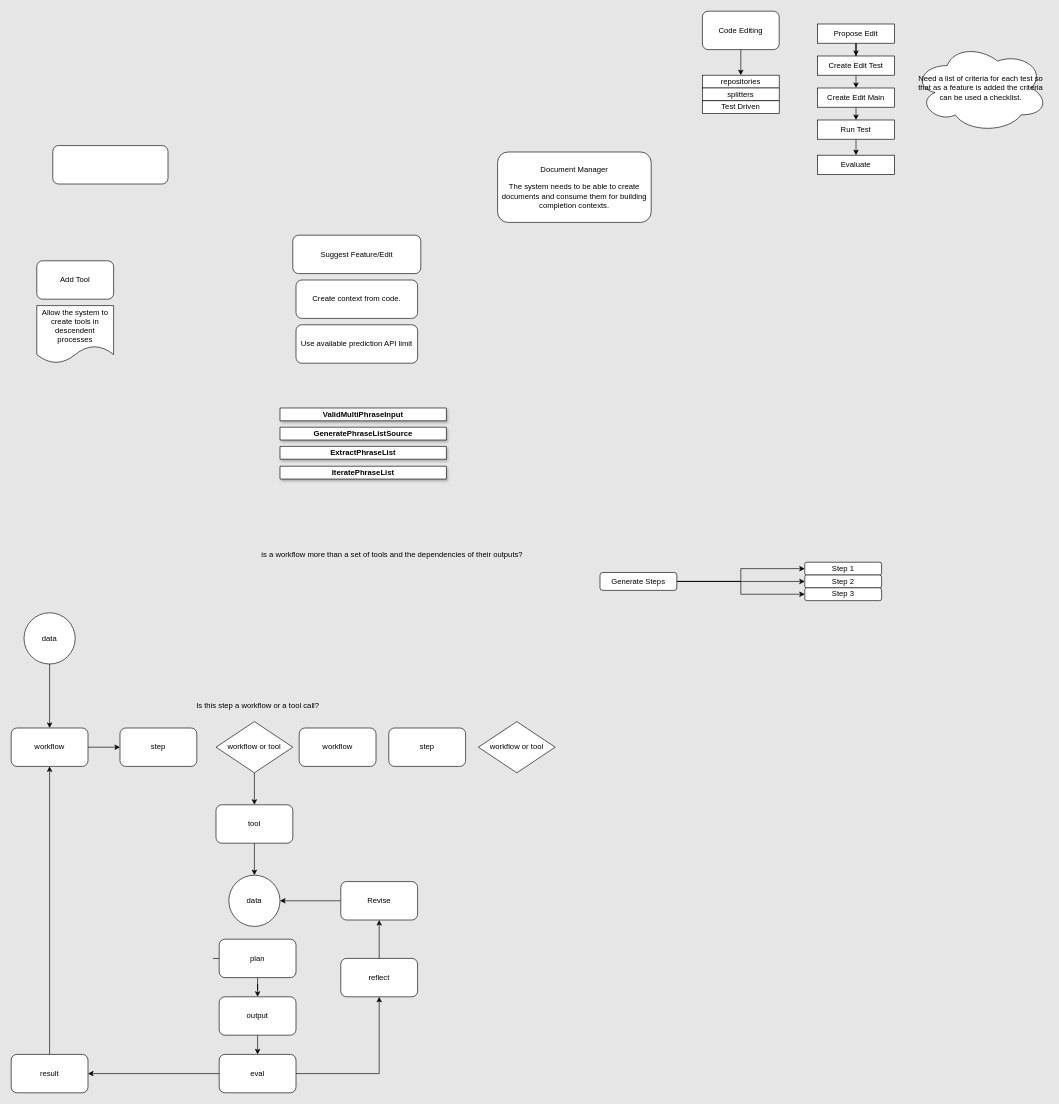
Above: hero.drawio in fuck-fascism/rogue-one (draw.io), before the change. Source tidied: cells renumbered, new cells numbered last; positions are measured from the earlier drawing's top-left corner, leaving out a move shared by most shapes. Both pictures are drawn from the tidied source at 64%, with x=0, y=0 at pixel (11, 11).
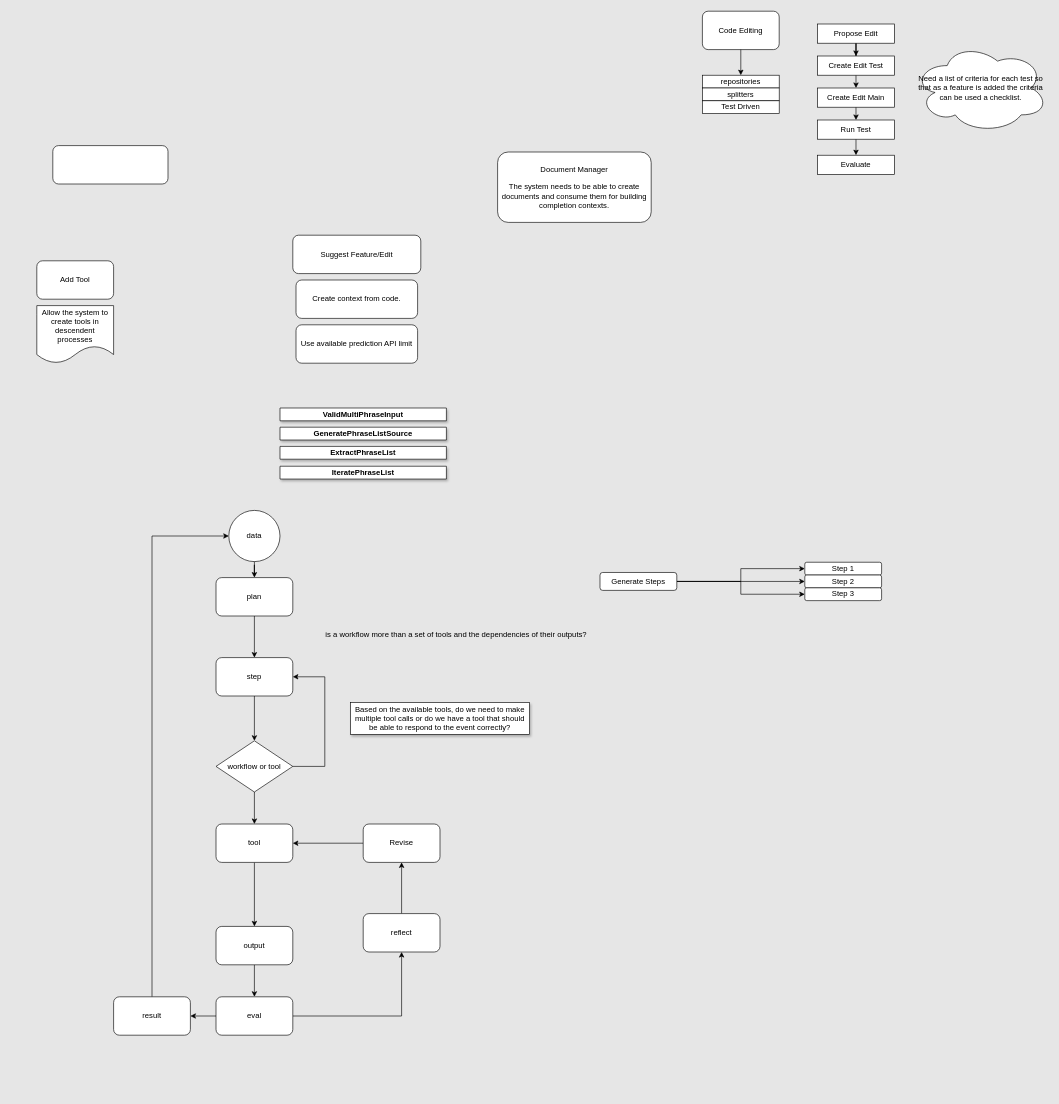
Above is the later version.

Change to the diagram source:
```diff
@@
-    <mxCell id="35" style="edgeStyle=orthogonalEdgeStyle;rounded=0;jettySize=auto;html=1;exitX=0.5;exitY=1;exitDx=0;exitDy=0;" parent="1" edge="1" source="36" target="62">
-      <mxGeometry relative="1" as="geometry" />
-    </mxCell>
     <mxCell id="36" value="data" style="ellipse;whiteSpace=wrap;html=1;" parent="1" vertex="1">
-      <mxGeometry x="20" y="940" width="80" height="80" as="geometry" />
+      <mxGeometry x="340" y="780" width="80" height="80" as="geometry" />
     </mxCell>
-    <mxCell id="37" style="edgeStyle=orthogonalEdgeStyle;rounded=0;jettySize=auto;html=1;exitX=0.5;exitY=1;exitDx=0;exitDy=0;" parent="1" edge="1" source="57" target="39">
-      <mxGeometry relative="1" as="geometry" />
-    </mxCell>
@@
+    <mxCell id="64" style="edgeStyle=orthogonalEdgeStyle;rounded=0;jettySize=auto;html=1;exitX=0.5;exitY=1;exitDx=0;exitDy=0;entryX=0.5;entryY=0;entryDx=0;entryDy=0;" parent="1" edge="1" source="39" target="47">
+      <mxGeometry relative="1" as="geometry" />
+    </mxCell>
     <mxCell id="39" value="tool" style="rounded=1;whiteSpace=wrap;html=1;" parent="1" vertex="1">
-      <mxGeometry x="320" y="1240" width="120" height="60" as="geometry" />
+      <mxGeometry x="320" y="1270" width="120" height="60" as="geometry" />
     </mxCell>
@@
     <mxCell id="43" value="eval" style="rounded=1;whiteSpace=wrap;html=1;" parent="1" vertex="1">
-      <mxGeometry x="325" y="1630" width="120" height="60" as="geometry" />
+      <mxGeometry x="320" y="1540" width="120" height="60" as="geometry" />
     </mxCell>
-    <mxCell id="44" style="edgeStyle=orthogonalEdgeStyle;rounded=0;jettySize=auto;html=1;" parent="1" edge="1" source="45" target="49">
+    <mxCell id="44" style="edgeStyle=orthogonalEdgeStyle;rounded=0;jettySize=auto;html=1;" parent="1" edge="1" source="45" target="39">
       <mxGeometry relative="1" as="geometry" />
     </mxCell>
     <mxCell id="45" value="Revise" style="rounded=1;whiteSpace=wrap;html=1;" parent="1" vertex="1">
-      <mxGeometry x="515" y="1360" width="120" height="60" as="geometry" />
+      <mxGeometry x="550" y="1270" width="120" height="60" as="geometry" />
     </mxCell>
-    <mxCell id="46" style="edgeStyle=orthogonalEdgeStyle;rounded=0;jettySize=auto;html=1;" parent="1" edge="1" source="39" target="49">
-      <mxGeometry relative="1" as="geometry" />
-    </mxCell>
     <mxCell id="47" value="output" style="rounded=1;whiteSpace=wrap;html=1;" parent="1" vertex="1">
-      <mxGeometry x="325" y="1540" width="120" height="60" as="geometry" />
+      <mxGeometry x="320" y="1430" width="120" height="60" as="geometry" />
     </mxCell>
-    <mxCell id="48" style="edgeStyle=orthogonalEdgeStyle;rounded=0;jettySize=auto;html=1;" parent="1" edge="1" target="51">
-      <mxGeometry relative="1" as="geometry">
-        <mxPoint x="315" y="1480" as="sourcePoint" />
-      </mxGeometry>
-    </mxCell>
-    <mxCell id="49" value="data" style="ellipse;whiteSpace=wrap;html=1;" parent="1" vertex="1">
-      <mxGeometry x="340" y="1350" width="80" height="80" as="geometry" />
-    </mxCell>
-    <mxCell id="50" style="edgeStyle=orthogonalEdgeStyle;rounded=0;jettySize=auto;html=1;" parent="1" edge="1" source="51" target="47">
-      <mxGeometry relative="1" as="geometry" />
-    </mxCell>
-    <mxCell id="51" value="plan" style="rounded=1;whiteSpace=wrap;html=1;" parent="1" vertex="1">
-      <mxGeometry x="325" y="1450" width="120" height="60" as="geometry" />
-    </mxCell>
-    <mxCell id="52" style="edgeStyle=orthogonalEdgeStyle;rounded=0;jettySize=auto;html=1;exitX=0.5;exitY=0;exitDx=0;exitDy=0;" parent="1" edge="1" source="53" target="62">
-      <mxGeometry relative="1" as="geometry" />
+    <mxCell id="52" style="edgeStyle=orthogonalEdgeStyle;rounded=0;jettySize=auto;html=1;exitX=0.5;exitY=0;exitDx=0;exitDy=0;" parent="1" edge="1" source="53" target="36">
+      <mxGeometry relative="1" as="geometry">
+        <Array as="points">
+          <mxPoint x="220" y="820" />
+        </Array>
+      </mxGeometry>
     </mxCell>
     <mxCell id="53" value="result" style="rounded=1;whiteSpace=wrap;html=1;" parent="1" vertex="1">
-      <mxGeometry y="1630" width="120" height="60" as="geometry" />
+      <mxGeometry x="160" y="1540" width="120" height="60" as="geometry" />
     </mxCell>
     <mxCell id="54" value="reflect" style="rounded=1;whiteSpace=wrap;html=1;" parent="1" vertex="1">
-      <mxGeometry x="515" y="1480" width="120" height="60" as="geometry" />
+      <mxGeometry x="550" y="1410" width="120" height="60" as="geometry" />
     </mxCell>
     <mxCell id="55" value="is a workflow more than a set of tools and the dependencies of their outputs?" style="text;html=1;align=center;verticalAlign=middle;strokeColor=none;fillColor=none;" parent="1" vertex="1">
-      <mxGeometry x="380" y="835" width="430" height="30" as="geometry" />
+      <mxGeometry x="480" y="960" width="430" height="30" as="geometry" />
     </mxCell>
-    <mxCell id="56" value="step" style="rounded=1;whiteSpace=wrap;html=1;" parent="1" vertex="1">
-      <mxGeometry x="170" y="1120" width="120" height="60" as="geometry" />
-    </mxCell>
+    <mxCell id="65" style="edgeStyle=orthogonalEdgeStyle;rounded=0;jettySize=auto;html=1;exitX=1;exitY=0.5;exitDx=0;exitDy=0;entryX=1;entryY=0.5;entryDx=0;entryDy=0;" parent="1" edge="1" source="57" target="60">
+      <mxGeometry relative="1" as="geometry">
+        <Array as="points">
+          <mxPoint x="490" y="1180" />
+          <mxPoint x="490" y="1040" />
+        </Array>
+      </mxGeometry>
+    </mxCell>
     <mxCell id="57" value="workflow or tool" style="rhombus;whiteSpace=wrap;html=1;" parent="1" vertex="1">
-      <mxGeometry x="320" y="1110" width="120" height="80" as="geometry" />
+      <mxGeometry x="320" y="1140" width="120" height="80" as="geometry" />
     </mxCell>
-    <mxCell id="58" value="workflow" style="rounded=1;whiteSpace=wrap;html=1;" parent="1" vertex="1">
-      <mxGeometry x="450" y="1120" width="120" height="60" as="geometry" />
-    </mxCell>
-    <mxCell id="59" value="workflow or tool" style="rhombus;whiteSpace=wrap;html=1;" parent="1" vertex="1">
-      <mxGeometry x="730" y="1110" width="120" height="80" as="geometry" />
-    </mxCell>
+    <mxCell id="37" style="edgeStyle=orthogonalEdgeStyle;rounded=0;jettySize=auto;html=1;exitX=0.5;exitY=1;exitDx=0;exitDy=0;" parent="1" edge="1" source="57" target="39">
+      <mxGeometry relative="1" as="geometry" />
+    </mxCell>
+    <mxCell id="66" style="edgeStyle=orthogonalEdgeStyle;rounded=0;jettySize=auto;html=1;exitX=0.5;exitY=1;exitDx=0;exitDy=0;" parent="1" edge="1" source="36" target="51">
+      <mxGeometry relative="1" as="geometry" />
+    </mxCell>
+    <mxCell id="51" value="plan" style="rounded=1;whiteSpace=wrap;html=1;" parent="1" vertex="1">
+      <mxGeometry x="320" y="885" width="120" height="60" as="geometry" />
+    </mxCell>
+    <mxCell id="67" value="&lt;span style=&quot;background-color: rgb(255, 255, 255);&quot;&gt;Based on the available tools, do we need to make multiple tool calls or do we have a tool that should be able to respond to the event correctly?&lt;/span&gt;" style="rounded=0;whiteSpace=wrap;html=1;shadow=1;" parent="1" vertex="1">
+      <mxGeometry x="530" y="1080" width="280" height="50" as="geometry" />
+    </mxCell>
+    <mxCell id="68" style="edgeStyle=orthogonalEdgeStyle;rounded=0;jettySize=auto;html=1;exitX=0.5;exitY=1;exitDx=0;exitDy=0;" parent="1" edge="1" source="51" target="60">
+      <mxGeometry relative="1" as="geometry" />
+    </mxCell>
+    <mxCell id="69" style="edgeStyle=orthogonalEdgeStyle;rounded=0;jettySize=auto;html=1;exitX=0.5;exitY=1;exitDx=0;exitDy=0;" parent="1" edge="1" source="60" target="57">
+      <mxGeometry relative="1" as="geometry" />
+    </mxCell>
     <mxCell id="60" value="step" style="rounded=1;whiteSpace=wrap;html=1;" parent="1" vertex="1">
-      <mxGeometry x="590" y="1120" width="120" height="60" as="geometry" />
+      <mxGeometry x="320" y="1010" width="120" height="60" as="geometry" />
     </mxCell>
-    <mxCell id="61" style="edgeStyle=orthogonalEdgeStyle;rounded=0;jettySize=auto;html=1;" parent="1" edge="1" source="62" target="56">
-      <mxGeometry relative="1" as="geometry" />
-    </mxCell>
-    <mxCell id="62" value="workflow" style="rounded=1;whiteSpace=wrap;html=1;" parent="1" vertex="1">
-      <mxGeometry y="1120" width="120" height="60" as="geometry" />
-    </mxCell>
-    <mxCell id="63" value="Is this step a workflow or a tool call?" style="text;html=1;align=center;verticalAlign=middle;strokeColor=none;fillColor=none;" parent="1" vertex="1">
-      <mxGeometry x="275" y="1070" width="220" height="30" as="geometry" />
-    </mxCell>
```
